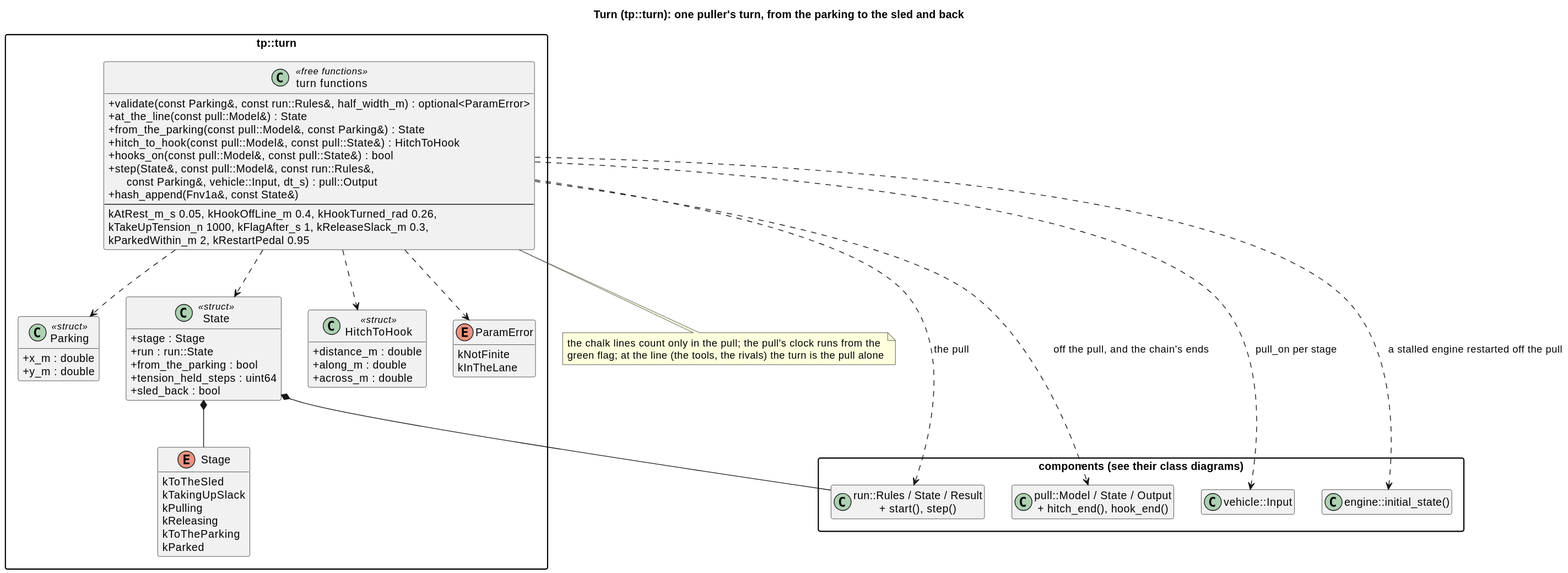
The PlantUML diagram docs/diagrams/svg/turn_classes.svg in wversteeg/TractorPulling, before a commit. The source it was exported from:
```plantuml
@startuml
title Turn (tp::turn): one puller's turn, from the parking to the sled and back
hide empty members
skinparam packageStyle rectangle
skinparam classAttributeIconSize 0

package "components (see their class diagrams)" {
  class "run::Rules / State / Result\n+ start(), step()" as Run
  class "pull::Model / State / Output\n+ hitch_end(), hook_end()" as Pull
  class "vehicle::Input" as Input
  class "engine::initial_state()" as Engine
}

package "tp::turn" {
  enum Stage {
    kToTheSled
    kTakingUpSlack
    kPulling
    kReleasing
    kToTheParking
    kParked
  }
  class Parking <<struct>> {
    +x_m : double
    +y_m : double
  }
  class State <<struct>> {
    +stage : Stage
    +run : run::State
    +from_the_parking : bool
    +tension_held_steps : uint64
    +sled_back : bool
  }
  class HitchToHook <<struct>> {
    +distance_m : double
    +along_m : double
    +across_m : double
  }
  enum ParamError {
    kNotFinite
    kInTheLane
  }
  class "turn functions" as TurnFns <<free functions>> {
    +validate(const Parking&, const run::Rules&, half_width_m) : optional<ParamError>
    +at_the_line(const pull::Model&) : State
    +from_the_parking(const pull::Model&, const Parking&) : State
    +hitch_to_hook(const pull::Model&, const pull::State&) : HitchToHook
    +hooks_on(const pull::Model&, const pull::State&) : bool
    +step(State&, const pull::Model&, const run::Rules&,\n      const Parking&, vehicle::Input, dt_s) : pull::Output
    +hash_append(Fnv1a&, const State&)
    --
    kAtRest_m_s 0.05, kHookOffLine_m 0.4, kHookTurned_rad 0.26,
    kTakeUpTension_n 1000, kFlagAfter_s 1, kReleaseSlack_m 0.3,
    kParkedWithin_m 2, kRestartPedal 0.95
  }
  State *-- Stage
  TurnFns ..> State
  TurnFns ..> Parking
  TurnFns ..> HitchToHook
  TurnFns ..> ParamError
}
State *-- Run
TurnFns ..> Run : the pull
TurnFns ..> Pull : off the pull, and the chain's ends
TurnFns ..> Input : pull_on per stage
TurnFns ..> Engine : a stalled engine restarted off the pull
note bottom of TurnFns
  the chalk lines count only in the pull; the pull's clock runs from the
  green flag; at the line (the tools, the rivals) the turn is the pull alone
end note
@enduml
```
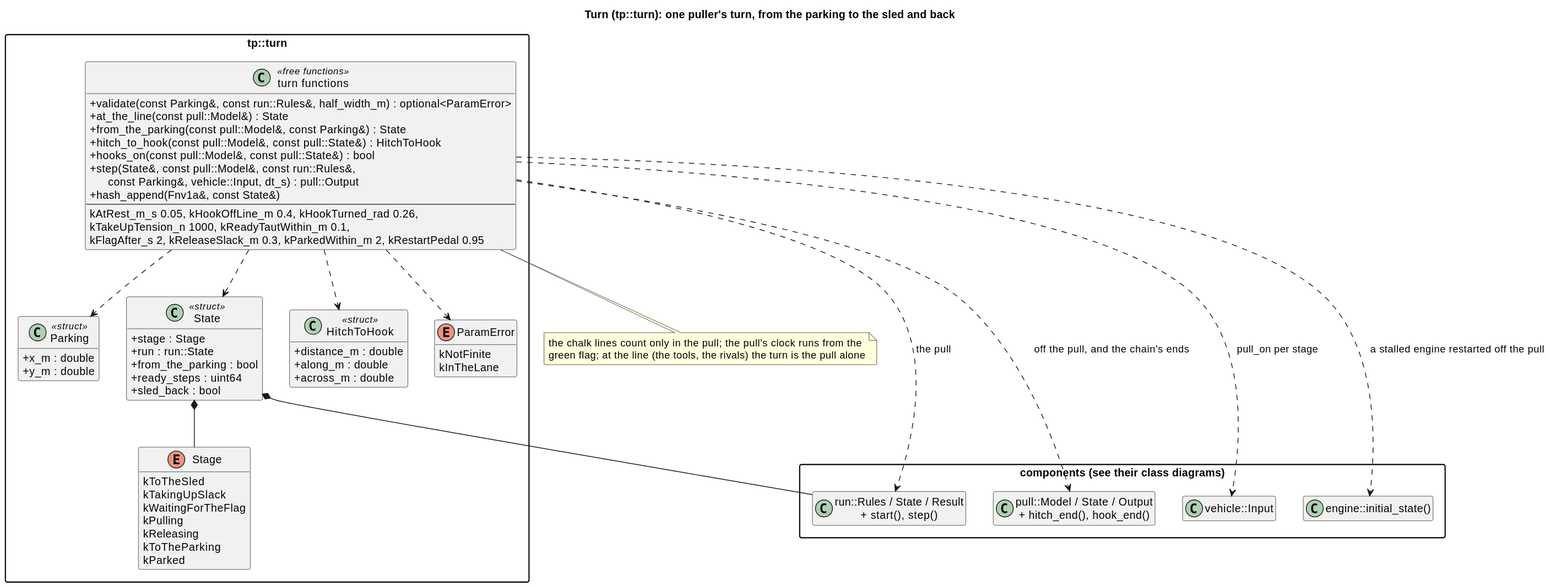
Above is the later version.

Diff of the diagram source:
```diff
@@ -15,6 +15,7 @@
   enum Stage {
     kToTheSled
     kTakingUpSlack
+    kWaitingForTheFlag
     kPulling
     kReleasing
     kToTheParking
@@ -28,7 +29,7 @@
     +stage : Stage
     +run : run::State
     +from_the_parking : bool
-    +tension_held_steps : uint64
+    +ready_steps : uint64
     +sled_back : bool
   }
   class HitchToHook <<struct>> {
@@ -50,8 +51,8 @@
     +hash_append(Fnv1a&, const State&)
     --
     kAtRest_m_s 0.05, kHookOffLine_m 0.4, kHookTurned_rad 0.26,
-    kTakeUpTension_n 1000, kFlagAfter_s 1, kReleaseSlack_m 0.3,
-    kParkedWithin_m 2, kRestartPedal 0.95
+    kTakeUpTension_n 1000, kReadyTautWithin_m 0.1,
+    kFlagAfter_s 2, kReleaseSlack_m 0.3, kParkedWithin_m 2, kRestartPedal 0.95
   }
   State *-- Stage
   TurnFns ..> State
```
